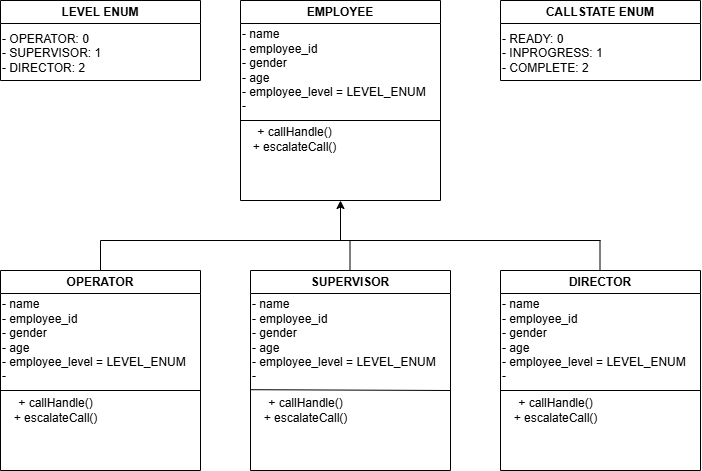
Before: Class_Diagram_and_Implementation/CallCenter/call_center.drawio.png, a diagram exported from draw.io (ashu7mishra/LLD). Source tidied: cells renumbered, new cells last; positions are measured from the earlier drawing's top-left corner, leaving out a move shared by most shapes.
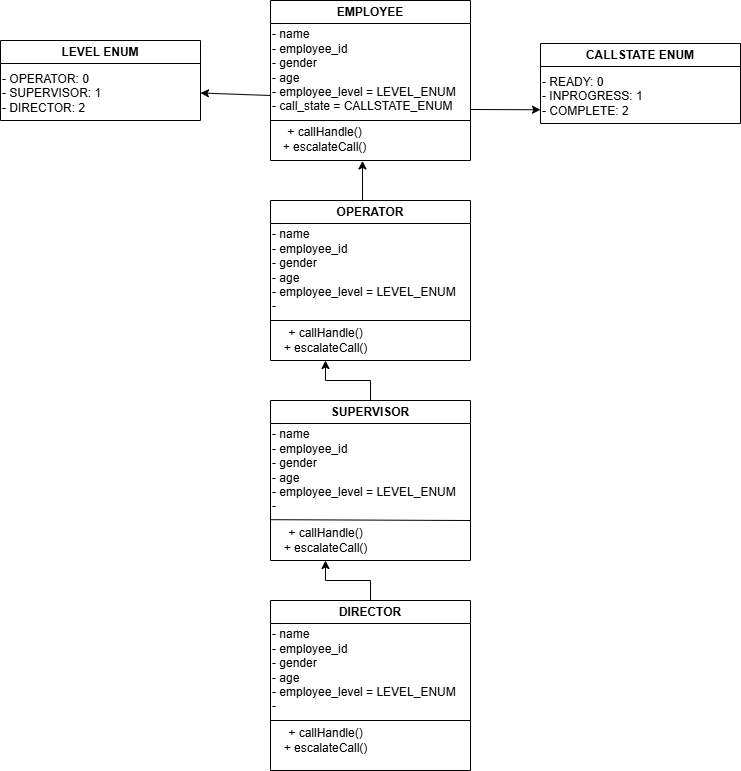
Above is the later version.

What changed in the source:
```diff
@@ -3,13 +3,13 @@
     <mxCell id="0" />
     <mxCell id="1" parent="0" />
     <mxCell id="2" value="LEVEL ENUM" style="swimlane;whiteSpace=wrap;html=1;" parent="1" vertex="1">
-      <mxGeometry width="200" height="80" as="geometry" />
+      <mxGeometry x="-30" y="40" width="200" height="80" as="geometry" />
     </mxCell>
     <mxCell id="3" value="- OPERATOR: 0&lt;div&gt;- SUPERVISOR: 1&lt;/div&gt;&lt;div style=&quot;&quot;&gt;- DIRECTOR: 2&lt;/div&gt;" style="text;html=1;align=left;verticalAlign=middle;whiteSpace=wrap;rounded=0;" parent="2" vertex="1">
       <mxGeometry y="25" width="200" height="55" as="geometry" />
     </mxCell>
     <mxCell id="4" value="OPERATOR" style="swimlane;whiteSpace=wrap;html=1;align=center;" parent="1" vertex="1">
-      <mxGeometry y="270" width="200" height="200" as="geometry" />
+      <mxGeometry x="240" y="200" width="200" height="160" as="geometry" />
     </mxCell>
     <mxCell id="5" value="- name&lt;div&gt;- employee_id&lt;/div&gt;&lt;div&gt;- gender&lt;/div&gt;&lt;div&gt;- age&lt;/div&gt;&lt;div&gt;- employee_level = LEVEL_ENUM&lt;/div&gt;&lt;div&gt;-&amp;nbsp;&lt;/div&gt;" style="text;html=1;align=left;verticalAlign=middle;whiteSpace=wrap;rounded=0;" parent="4" vertex="1">
       <mxGeometry y="20" width="200" height="100" as="geometry" />
@@ -20,8 +20,11 @@
     <mxCell id="7" value="+ callHandle()&lt;div&gt;+ escalateCall()&lt;/div&gt;" style="text;html=1;align=center;verticalAlign=middle;points=[];strokeColor=none;fillColor=none;" parent="4" vertex="1">
       <mxGeometry y="120" width="110" height="40" as="geometry" />
     </mxCell>
+    <mxCell id="29" style="edgeStyle=orthogonalEdgeStyle;rounded=0;jettySize=auto;html=1;" parent="1" edge="1" source="8" target="7">
+      <mxGeometry relative="1" as="geometry" />
+    </mxCell>
     <mxCell id="8" value="SUPERVISOR" style="swimlane;whiteSpace=wrap;html=1;align=center;" parent="1" vertex="1">
-      <mxGeometry x="250" y="270" width="200" height="200" as="geometry" />
+      <mxGeometry x="240" y="400" width="200" height="160" as="geometry" />
     </mxCell>
     <mxCell id="9" value="- name&lt;div&gt;- employee_id&lt;/div&gt;&lt;div&gt;- gender&lt;/div&gt;&lt;div&gt;- age&lt;/div&gt;&lt;div&gt;- employee_level = LEVEL_ENUM&lt;/div&gt;&lt;div&gt;-&amp;nbsp;&lt;/div&gt;" style="text;html=1;align=left;verticalAlign=middle;whiteSpace=wrap;rounded=0;" parent="8" vertex="1">
       <mxGeometry y="20" width="200" height="100" as="geometry" />
@@ -34,8 +37,11 @@
     <mxCell id="11" value="+ callHandle()&lt;div&gt;+ escalateCall()&lt;/div&gt;" style="text;html=1;align=center;verticalAlign=middle;points=[];strokeColor=none;fillColor=none;" parent="8" vertex="1">
       <mxGeometry y="120" width="110" height="40" as="geometry" />
     </mxCell>
+    <mxCell id="30" style="edgeStyle=orthogonalEdgeStyle;rounded=0;jettySize=auto;html=1;" parent="1" edge="1" source="12" target="11">
+      <mxGeometry relative="1" as="geometry" />
+    </mxCell>
     <mxCell id="12" value="DIRECTOR" style="swimlane;whiteSpace=wrap;html=1;align=center;" parent="1" vertex="1">
-      <mxGeometry x="500" y="270" width="200" height="200" as="geometry" />
+      <mxGeometry x="240" y="600" width="200" height="170" as="geometry" />
     </mxCell>
     <mxCell id="13" value="- name&lt;div&gt;- employee_id&lt;/div&gt;&lt;div&gt;- gender&lt;/div&gt;&lt;div&gt;- age&lt;/div&gt;&lt;div&gt;- employee_level = LEVEL_ENUM&lt;/div&gt;&lt;div&gt;-&amp;nbsp;&lt;/div&gt;" style="text;html=1;align=left;verticalAlign=middle;whiteSpace=wrap;rounded=0;" parent="12" vertex="1">
       <mxGeometry y="20" width="200" height="100" as="geometry" />
@@ -50,9 +56,9 @@
       <mxGeometry x="240" width="200" height="200" as="geometry" />
     </mxCell>
     <mxCell id="17" value="EMPLOYEE" style="swimlane;whiteSpace=wrap;html=1;align=center;" parent="16" vertex="1">
-      <mxGeometry width="200" height="200" as="geometry" />
+      <mxGeometry width="200" height="160" as="geometry" />
     </mxCell>
-    <mxCell id="18" value="- name&lt;div&gt;- employee_id&lt;/div&gt;&lt;div&gt;- gender&lt;/div&gt;&lt;div&gt;- age&lt;/div&gt;&lt;div&gt;- employee_level = LEVEL_ENUM&lt;/div&gt;&lt;div&gt;-&amp;nbsp;&lt;/div&gt;" style="text;html=1;align=left;verticalAlign=middle;whiteSpace=wrap;rounded=0;" parent="17" vertex="1">
+    <mxCell id="18" value="- name&lt;div&gt;- employee_id&lt;/div&gt;&lt;div&gt;- gender&lt;/div&gt;&lt;div&gt;- age&lt;/div&gt;&lt;div&gt;- employee_level = LEVEL_ENUM&lt;/div&gt;&lt;div&gt;- call_state = CALLSTATE_ENUM&lt;/div&gt;" style="text;html=1;align=left;verticalAlign=middle;whiteSpace=wrap;rounded=0;" parent="17" vertex="1">
       <mxGeometry y="20" width="200" height="100" as="geometry" />
     </mxCell>
     <mxCell id="19" value="+ callHandle()&lt;div&gt;+ escalateCall()&lt;/div&gt;" style="text;html=1;align=center;verticalAlign=middle;points=[];strokeColor=none;fillColor=none;" parent="17" vertex="1">
@@ -64,42 +70,24 @@
         <mxPoint x="200" y="120" as="targetPoint" />
       </mxGeometry>
     </mxCell>
-    <mxCell id="21" style="group;" parent="1" vertex="1">
-      <mxGeometry x="100" y="240" width="500" height="30" as="geometry" />
-    </mxCell>
-    <mxCell id="22" style="endArrow=classic;html=1;rounded=0;entryX=0.5;entryY=1;entryDx=0;entryDy=0;" parent="21" edge="1" target="17">
-      <mxGeometry relative="1" as="geometry">
-        <mxPoint x="240" as="sourcePoint" />
-      </mxGeometry>
-    </mxCell>
-    <mxCell id="23" style="endArrow=none;html=1;rounded=0;" parent="21" edge="1">
-      <mxGeometry relative="1" as="geometry">
-        <mxPoint as="sourcePoint" />
-        <mxPoint x="500" as="targetPoint" />
-      </mxGeometry>
-    </mxCell>
-    <mxCell id="24" style="endArrow=none;html=1;rounded=0;exitX=0.5;exitY=0;exitDx=0;exitDy=0;" parent="21" edge="1" source="4">
-      <mxGeometry relative="1" as="geometry">
-        <mxPoint as="targetPoint" />
-      </mxGeometry>
-    </mxCell>
-    <mxCell id="25" style="endArrow=none;html=1;rounded=0;exitX=0.5;exitY=0;exitDx=0;exitDy=0;" parent="21" edge="1">
-      <mxGeometry relative="1" as="geometry">
-        <mxPoint x="249.5" y="30" as="sourcePoint" />
-        <mxPoint x="249.5" as="targetPoint" />
-      </mxGeometry>
-    </mxCell>
-    <mxCell id="26" style="endArrow=none;html=1;rounded=0;exitX=0.5;exitY=0;exitDx=0;exitDy=0;" parent="21" edge="1">
-      <mxGeometry relative="1" as="geometry">
-        <mxPoint x="499.5" y="30" as="sourcePoint" />
-        <mxPoint x="499.5" as="targetPoint" />
-      </mxGeometry>
-    </mxCell>
     <mxCell id="27" value="CALLSTATE ENUM" style="swimlane;whiteSpace=wrap;html=1;" parent="1" vertex="1">
-      <mxGeometry x="500" width="200" height="80" as="geometry" />
+      <mxGeometry x="510" y="43" width="200" height="80" as="geometry" />
     </mxCell>
     <mxCell id="28" value="- READY: 0&lt;div&gt;- INPROGRESS: 1&lt;/div&gt;&lt;div style=&quot;&quot;&gt;- COMPLETE: 2&lt;/div&gt;" style="text;html=1;align=left;verticalAlign=middle;whiteSpace=wrap;rounded=0;" parent="27" vertex="1">
       <mxGeometry y="25" width="200" height="55" as="geometry" />
     </mxCell>
+    <mxCell id="31" style="endArrow=classic;html=1;rounded=0;entryX=0.845;entryY=1.035;entryDx=0;entryDy=0;entryPerimeter=0;" parent="1" edge="1" target="19">
+      <mxGeometry relative="1" as="geometry">
+        <mxPoint x="332" y="200" as="sourcePoint" />
+      </mxGeometry>
+    </mxCell>
+    <mxCell id="32" style="endArrow=classic;html=1;rounded=0;entryX=1;entryY=0.5;entryDx=0;entryDy=0;exitX=0;exitY=0.75;exitDx=0;exitDy=0;" parent="1" edge="1" source="18" target="3">
+      <mxGeometry relative="1" as="geometry" />
+    </mxCell>
+    <mxCell id="33" style="endArrow=classic;html=1;rounded=0;entryX=0;entryY=0.75;entryDx=0;entryDy=0;" parent="1" edge="1" target="28">
+      <mxGeometry relative="1" as="geometry">
+        <mxPoint x="440" y="109" as="sourcePoint" />
+      </mxGeometry>
+    </mxCell>
   </root>
 </mxGraphModel>
```
